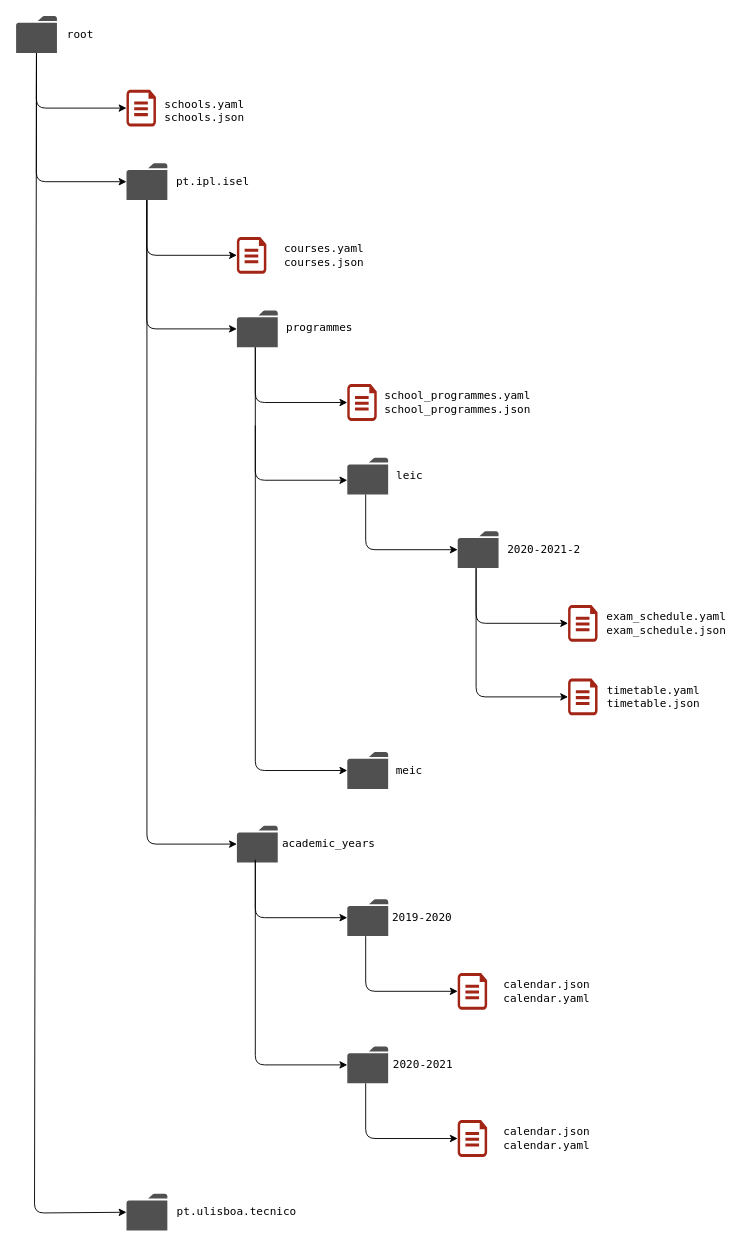
Earlier version of the draw.io diagram img/I-On_Integration-Data_Structure.drawio (i-on-project/integration-data). Source tidied: cells renumbered, new cells numbered last; positions are measured from the earlier drawing's top-left corner, leaving out a move shared by most shapes. Both pictures are drawn from the tidied source at 92%, with x=0, y=0 at pixel (16, 16).
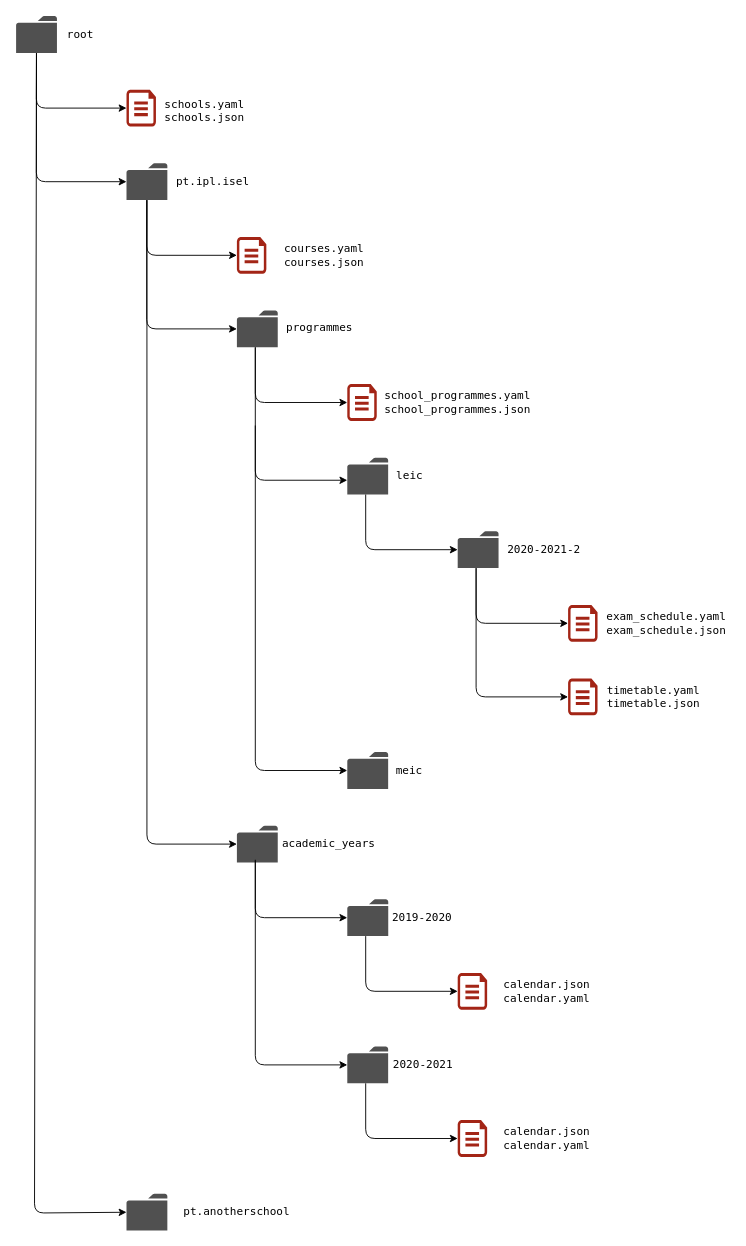
The same page after the edit.

The edit, as a diff of the source:
```diff
@@
-    <mxCell id="13" value="&lt;font face=&quot;lucida console&quot;&gt;pt.ulisboa.tecnico&lt;/font&gt;" style="text;html=1;strokeColor=none;fillColor=none;align=center;verticalAlign=middle;whiteSpace=wrap;rounded=0;" parent="1" vertex="1">
+    <mxCell id="13" value="&lt;font face=&quot;lucida console&quot;&gt;pt.anotherschool&lt;/font&gt;" style="text;html=1;strokeColor=none;fillColor=none;align=center;verticalAlign=middle;whiteSpace=wrap;rounded=0;" parent="1" vertex="1">
       <mxGeometry x="170" y="1288.8" width="140" height="22.5" as="geometry" />
     </mxCell>
```
